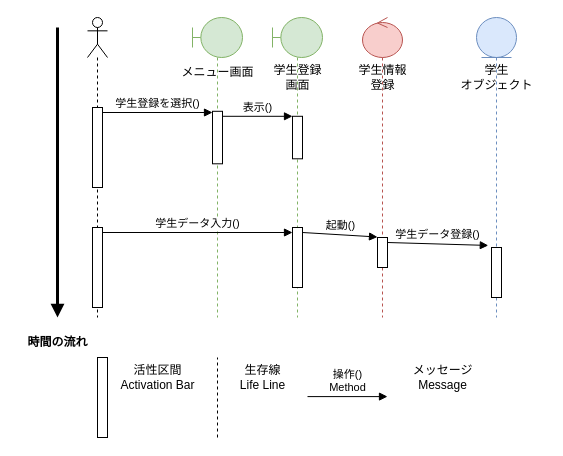
This is 05_web_ronbun/sequence.drawio from amaneko0608/ohara_uml, a draw.io file, before an edit. Source tidied: cells renumbered, new cells numbered last; positions are measured from the earlier drawing's top-left corner, leaving out a move shared by most shapes. Both pictures are drawn from the tidied source at 100%, with x=0, y=0 at pixel (17, 17).
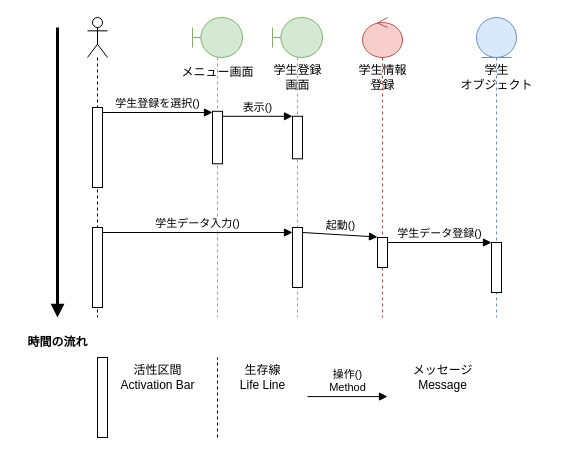
The same page after the edit.

Unchanged cells that the change refers to:
```xml
<mxCell id="10" style="shape=umlLifeline;perimeter=lifelinePerimeter;whiteSpace=wrap;html=1;newEdgeStyle={&quot;curved&quot;:0,&quot;rounded&quot;:0};participant=umlEntity;fillColor=#dae8fc;strokeColor=#6c8ebf;" parent="1" vertex="1">
  <mxGeometry x="459" width="40" height="300" as="geometry" />
</mxCell>
<mxCell id="13" style="html=1;points=[[0,0,0,0,5],[0,1,0,0,-5],[1,0,0,0,5],[1,1,0,0,-5]];perimeter=orthogonalPerimeter;outlineConnect=0;targetShapes=umlLifeline;portConstraint=eastwest;newEdgeStyle={&quot;curved&quot;:0,&quot;rounded&quot;:0};" parent="12" vertex="1">
  <mxGeometry x="15" y="220" width="10" height="30" as="geometry" />
</mxCell>
```

The edit, as a diff of the source:
```diff
@@
     <mxCell id="11" style="html=1;points=[[0,0,0,0,5],[0,1,0,0,-5],[1,0,0,0,5],[1,1,0,0,-5]];perimeter=orthogonalPerimeter;outlineConnect=0;targetShapes=umlLifeline;portConstraint=eastwest;newEdgeStyle={&quot;curved&quot;:0,&quot;rounded&quot;:0};" parent="10" vertex="1">
-      <mxGeometry x="15" y="230" width="10" height="50" as="geometry" />
+      <mxGeometry x="15" y="225" width="10" height="50" as="geometry" />
     </mxCell>
@@
-    <mxCell id="30" value="学生データ登録()" style="html=1;verticalAlign=bottom;endArrow=block;curved=0;rounded=0;exitX=1;exitY=0;exitDx=0;exitDy=5;exitPerimeter=0;entryX=-0.319;entryY=-0.041;entryDx=0;entryDy=0;entryPerimeter=0;" parent="1" edge="1" source="13" target="11">
+    <mxCell id="30" value="学生データ登録()" style="html=1;verticalAlign=bottom;endArrow=block;curved=0;rounded=0;exitX=1;exitY=0;exitDx=0;exitDy=5;exitPerimeter=0;" parent="1" edge="1" source="13" target="11">
       <mxGeometry relative="1" as="geometry" />
     </mxCell>
```
